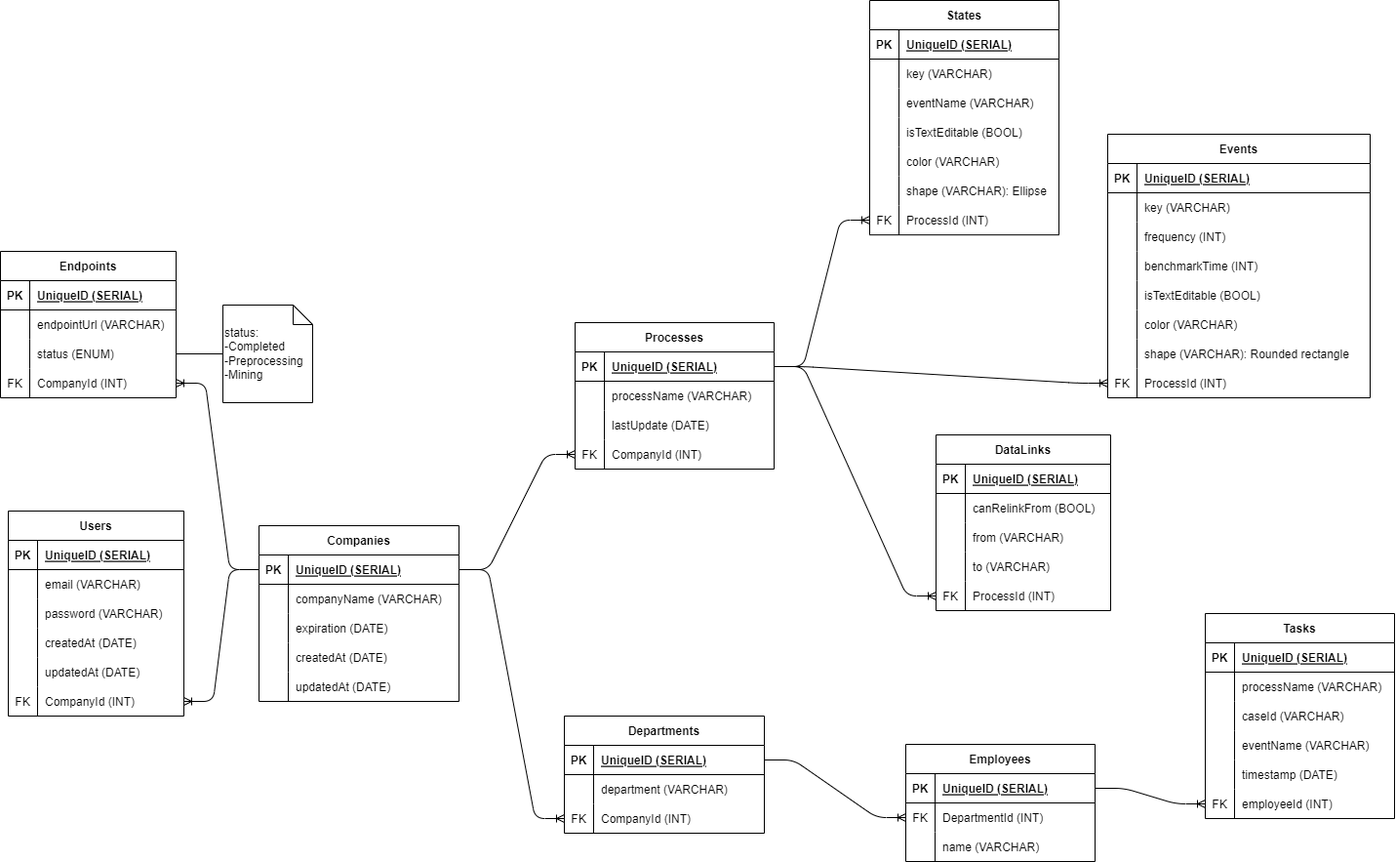
Earlier version of the draw.io export docs/ERD.drawio.png (Alexwilliam112/synapse). Source tidied: cells renumbered, new cells last; positions are measured from the earlier drawing's top-left corner, leaving out a move shared by most shapes.
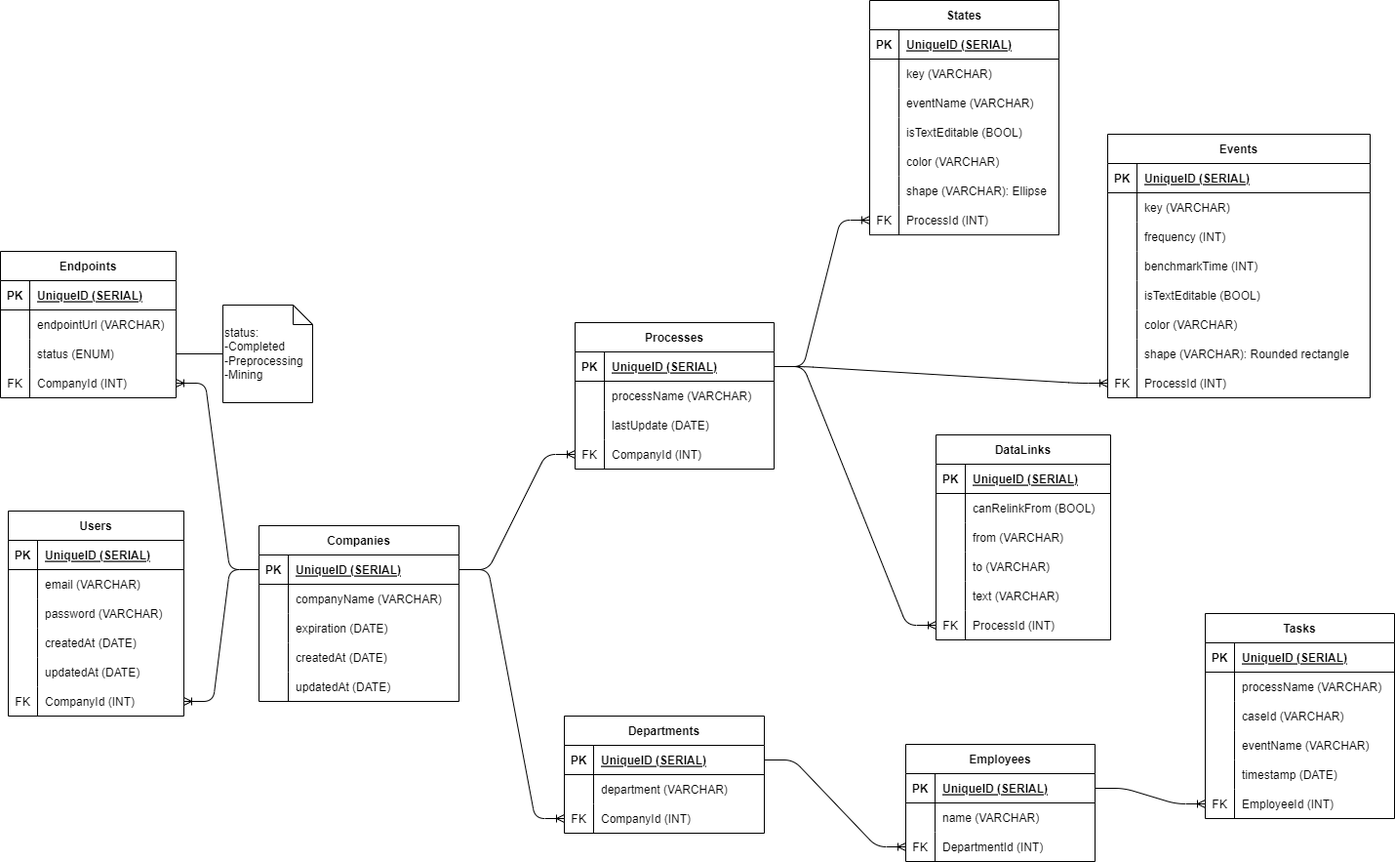
The same diagram one commit later.

The edit, as a diff of the source:
```diff
@@ -297,7 +297,7 @@
       <mxGeometry relative="1" as="geometry" />
     </mxCell>
     <mxCell id="100" value="DataLinks" style="shape=table;startSize=30;rowLines=0;fontStyle=1;align=center;" parent="1" vertex="1">
-      <mxGeometry x="959" y="445" width="179" height="180" as="geometry" />
+      <mxGeometry x="959" y="445" width="179" height="210" as="geometry" />
     </mxCell>
     <mxCell id="101" style="shape=tableRow;horizontal=0;startSize=0;swimlaneHead=0;swimlaneBody=0;fillColor=none;top=0;left=0;right=0;bottom=1;" parent="100" vertex="1">
       <mxGeometry y="30" width="179" height="30" as="geometry" />
@@ -335,8 +335,17 @@
     <mxCell id="112" value="to (VARCHAR)" style="shape=partialRectangle;fillColor=none;top=0;left=0;bottom=0;right=0;align=left;spacingLeft=6;overflow=hidden;" parent="110" vertex="1">
       <mxGeometry x="30" width="149" height="30" as="geometry" />
     </mxCell>
+    <mxCell id="176" style="shape=tableRow;horizontal=0;startSize=0;swimlaneHead=0;swimlaneBody=0;fillColor=none;top=0;left=0;right=0;bottom=0;" parent="100" vertex="1">
+      <mxGeometry y="150" width="179" height="30" as="geometry" />
+    </mxCell>
+    <mxCell id="177" style="shape=partialRectangle;fillColor=none;top=0;left=0;bottom=0;right=0;overflow=hidden;" parent="176" vertex="1">
+      <mxGeometry width="30" height="30" as="geometry" />
+    </mxCell>
+    <mxCell id="178" value="text (VARCHAR)" style="shape=partialRectangle;fillColor=none;top=0;left=0;bottom=0;right=0;align=left;spacingLeft=6;overflow=hidden;" parent="176" vertex="1">
+      <mxGeometry x="30" width="149" height="30" as="geometry" />
+    </mxCell>
     <mxCell id="113" style="shape=tableRow;horizontal=0;startSize=0;swimlaneHead=0;swimlaneBody=0;fillColor=none;points=[[0,0.5],[1,0.5]];portConstraint=eastwest;top=0;left=0;right=0;bottom=0;" parent="100" vertex="1">
-      <mxGeometry y="150" width="179" height="30" as="geometry" />
+      <mxGeometry y="180" width="179" height="30" as="geometry" />
     </mxCell>
     <mxCell id="114" value="FK" style="shape=partialRectangle;fillColor=none;top=0;left=0;bottom=0;right=0;overflow=hidden;" parent="113" vertex="1">
       <mxGeometry width="30" height="30" as="geometry" />
@@ -359,8 +368,17 @@
     <mxCell id="120" value="UniqueID (SERIAL)" style="shape=partialRectangle;fillColor=none;top=0;left=0;bottom=0;right=0;align=left;spacingLeft=6;fontStyle=5;overflow=hidden;" parent="118" vertex="1">
       <mxGeometry x="30" width="164" height="30" as="geometry" />
     </mxCell>
+    <mxCell id="124" style="shape=tableRow;horizontal=0;startSize=0;swimlaneHead=0;swimlaneBody=0;fillColor=none;top=0;left=0;right=0;bottom=0;" parent="117" vertex="1">
+      <mxGeometry y="60" width="194" height="30" as="geometry" />
+    </mxCell>
+    <mxCell id="125" style="shape=partialRectangle;fillColor=none;top=0;left=0;bottom=0;right=0;overflow=hidden;" parent="124" vertex="1">
+      <mxGeometry width="30" height="30" as="geometry" />
+    </mxCell>
+    <mxCell id="126" value="name (VARCHAR)" style="shape=partialRectangle;fillColor=none;top=0;left=0;bottom=0;right=0;align=left;spacingLeft=6;overflow=hidden;" parent="124" vertex="1">
+      <mxGeometry x="30" width="164" height="30" as="geometry" />
+    </mxCell>
     <mxCell id="121" style="shape=tableRow;horizontal=0;startSize=0;swimlaneHead=0;swimlaneBody=0;fillColor=none;points=[[0,0.5],[1,0.5]];portConstraint=eastwest;top=0;left=0;right=0;bottom=0;" parent="117" vertex="1">
-      <mxGeometry y="60" width="194" height="30" as="geometry" />
+      <mxGeometry y="90" width="194" height="30" as="geometry" />
     </mxCell>
     <mxCell id="122" value="FK" style="shape=partialRectangle;fillColor=none;top=0;left=0;bottom=0;right=0;overflow=hidden;" parent="121" vertex="1">
       <mxGeometry width="30" height="30" as="geometry" />
@@ -368,15 +386,6 @@
     <mxCell id="123" value="DepartmentId (INT)" style="shape=partialRectangle;fillColor=none;top=0;left=0;bottom=0;right=0;align=left;spacingLeft=6;overflow=hidden;" parent="121" vertex="1">
       <mxGeometry x="30" width="164" height="30" as="geometry" />
     </mxCell>
-    <mxCell id="124" style="shape=tableRow;horizontal=0;startSize=0;swimlaneHead=0;swimlaneBody=0;fillColor=none;top=0;left=0;right=0;bottom=0;" parent="117" vertex="1">
-      <mxGeometry y="90" width="194" height="30" as="geometry" />
-    </mxCell>
-    <mxCell id="125" style="shape=partialRectangle;fillColor=none;top=0;left=0;bottom=0;right=0;overflow=hidden;" parent="124" vertex="1">
-      <mxGeometry width="30" height="30" as="geometry" />
-    </mxCell>
-    <mxCell id="126" value="name (VARCHAR)" style="shape=partialRectangle;fillColor=none;top=0;left=0;bottom=0;right=0;align=left;spacingLeft=6;overflow=hidden;" parent="124" vertex="1">
-      <mxGeometry x="30" width="164" height="30" as="geometry" />
-    </mxCell>
     <mxCell id="127" value="Endpoints" style="shape=table;startSize=30;rowLines=0;fontStyle=1;align=center;" parent="1" vertex="1">
       <mxGeometry y="257" width="180" height="150" as="geometry" />
     </mxCell>
@@ -515,7 +524,7 @@
     <mxCell id="172" value="FK" style="shape=partialRectangle;fillColor=none;top=0;left=0;bottom=0;right=0;overflow=hidden;" parent="171" vertex="1">
       <mxGeometry width="30" height="30" as="geometry" />
     </mxCell>
-    <mxCell id="173" value="employeeId (INT)" style="shape=partialRectangle;fillColor=none;top=0;left=0;bottom=0;right=0;align=left;spacingLeft=6;overflow=hidden;" parent="171" vertex="1">
+    <mxCell id="173" value="EmployeeId (INT)" style="shape=partialRectangle;fillColor=none;top=0;left=0;bottom=0;right=0;align=left;spacingLeft=6;overflow=hidden;" parent="171" vertex="1">
       <mxGeometry x="30" width="164" height="30" as="geometry" />
     </mxCell>
     <mxCell id="174" style="edgeStyle=entityRelationEdgeStyle;fontSize=12;html=1;endArrow=ERoneToMany;" parent="1" edge="1" source="144" target="121">
```
